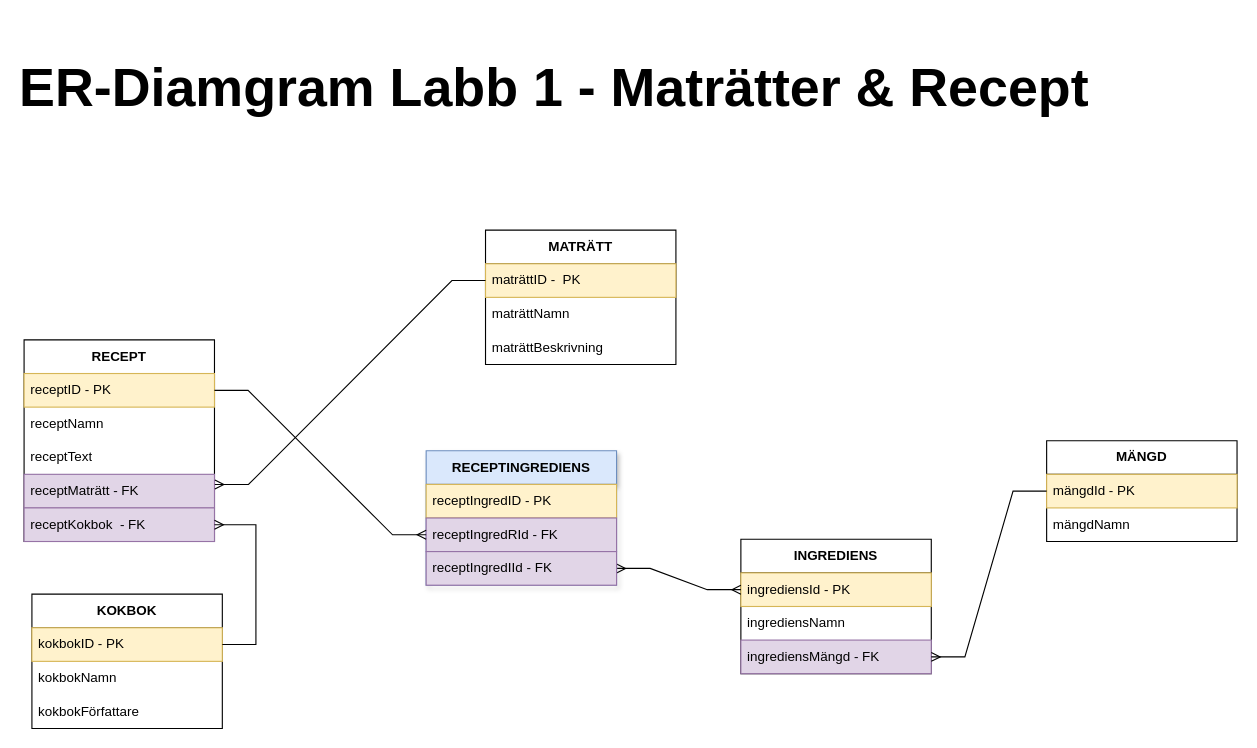
Above: ER-LABB1.drawio in schwampus/SQL-Labb1 (draw.io), before the change. Source tidied: cells renumbered, new cells numbered last; positions are measured from the earlier drawing's top-left corner, leaving out a move shared by most shapes. Both pictures are drawn from the tidied source at 112%, with x=0, y=0 at pixel (24, 65).
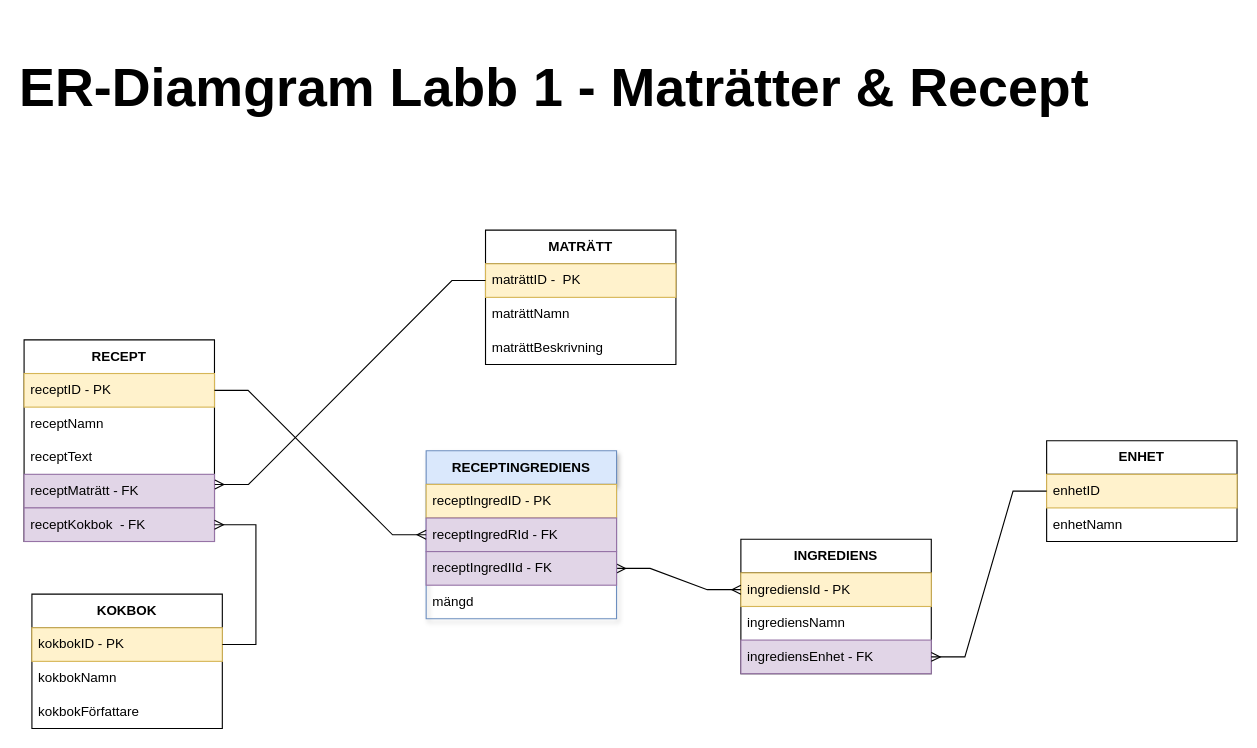
Above is the later version.

Unchanged cells that the change refers to:
```xml
<mxCell id="6" value="INGREDIENS" style="swimlane;fontStyle=1;horizontal=1;startSize=30;whiteSpace=wrap;html=1;" parent="1" vertex="1">
  <mxGeometry x="640" y="423" width="170" height="120" as="geometry" />
</mxCell>
```

What changed in the source:
```diff
@@
-    <mxCell id="9" value="ingrediensMängd - FK" style="text;strokeColor=#9673a6;fillColor=#e1d5e7;align=left;verticalAlign=middle;spacingLeft=4;spacingRight=4;overflow=hidden;points=[[0,0.5],[1,0.5]];portConstraint=eastwest;whiteSpace=wrap;html=1;" parent="6" vertex="1">
+    <mxCell id="9" value="ingrediensEnhet - FK" style="text;strokeColor=#9673a6;fillColor=#e1d5e7;align=left;verticalAlign=middle;spacingLeft=4;spacingRight=4;overflow=hidden;points=[[0,0.5],[1,0.5]];portConstraint=eastwest;whiteSpace=wrap;html=1;" parent="6" vertex="1">
       <mxGeometry y="90" width="170" height="30" as="geometry" />
     </mxCell>
-    <mxCell id="10" value="MÄNGD" style="swimlane;fontStyle=1;horizontal=1;startSize=30;whiteSpace=wrap;html=1;" parent="1" vertex="1">
+    <mxCell id="10" value="ENHET" style="swimlane;fontStyle=1;horizontal=1;startSize=30;whiteSpace=wrap;html=1;" parent="1" vertex="1">
       <mxGeometry x="913" y="335" width="170" height="90" as="geometry" />
     </mxCell>
-    <mxCell id="11" value="mängdId - PK" style="text;strokeColor=#d6b656;fillColor=#fff2cc;align=left;verticalAlign=middle;spacingLeft=4;spacingRight=4;overflow=hidden;points=[[0,0.5],[1,0.5]];portConstraint=eastwest;whiteSpace=wrap;html=1;" parent="10" vertex="1">
+    <mxCell id="11" value="enhetID" style="text;strokeColor=#d6b656;fillColor=#fff2cc;align=left;verticalAlign=middle;spacingLeft=4;spacingRight=4;overflow=hidden;points=[[0,0.5],[1,0.5]];portConstraint=eastwest;whiteSpace=wrap;html=1;" parent="10" vertex="1">
       <mxGeometry y="30" width="170" height="30" as="geometry" />
     </mxCell>
-    <mxCell id="12" value="mängdNamn" style="text;strokeColor=none;fillColor=none;align=left;verticalAlign=middle;spacingLeft=4;spacingRight=4;overflow=hidden;whiteSpace=wrap;html=1;" parent="10" vertex="1">
+    <mxCell id="12" value="enhetNamn" style="text;strokeColor=none;fillColor=none;align=left;verticalAlign=middle;spacingLeft=4;spacingRight=4;overflow=hidden;whiteSpace=wrap;html=1;" parent="10" vertex="1">
       <mxGeometry y="60" width="170" height="30" as="geometry" />
     </mxCell>
@@
     <mxCell id="26" value="RECEPTINGREDIENS" style="swimlane;fontStyle=1;horizontal=1;startSize=30;whiteSpace=wrap;html=1;rounded=0;fillColor=#dae8fc;strokeColor=#6c8ebf;shadow=1;glass=0;" parent="1" vertex="1">
-      <mxGeometry x="359" y="344" width="170" height="120" as="geometry" />
+      <mxGeometry x="359" y="344" width="170" height="150" as="geometry" />
     </mxCell>
@@
+    <mxCell id="33" value="mängd" style="text;align=left;verticalAlign=middle;spacingLeft=4;spacingRight=4;overflow=hidden;whiteSpace=wrap;html=1;" parent="26" vertex="1">
+      <mxGeometry y="120" width="170" height="30" as="geometry" />
+    </mxCell>
```
